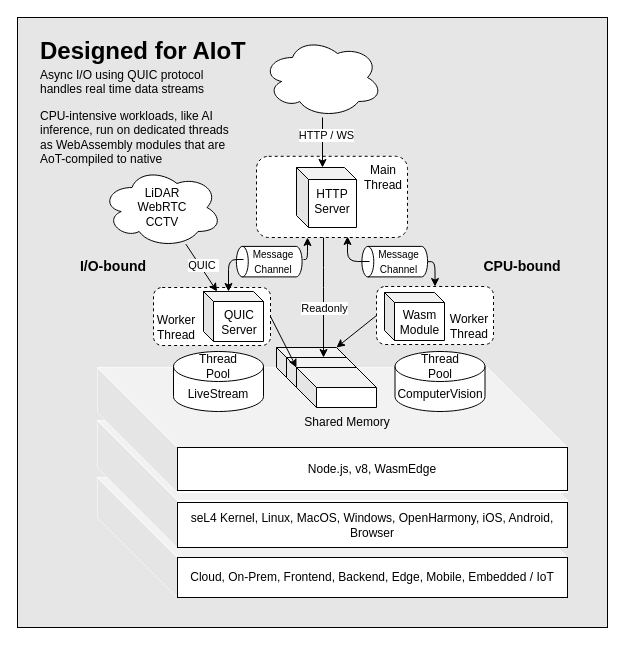
module-federation/aegis-host keeps this draw.io diagram as page "AIOT" (2 of 7) of public/arch.drawio. Above is the earlier version. Source tidied: cells renumbered, new cells numbered last; positions are measured from the earlier drawing's top-left corner, leaving out a move shared by most shapes. Both pictures are drawn from the tidied source at 100%, with x=0, y=0 at pixel (17, 17).
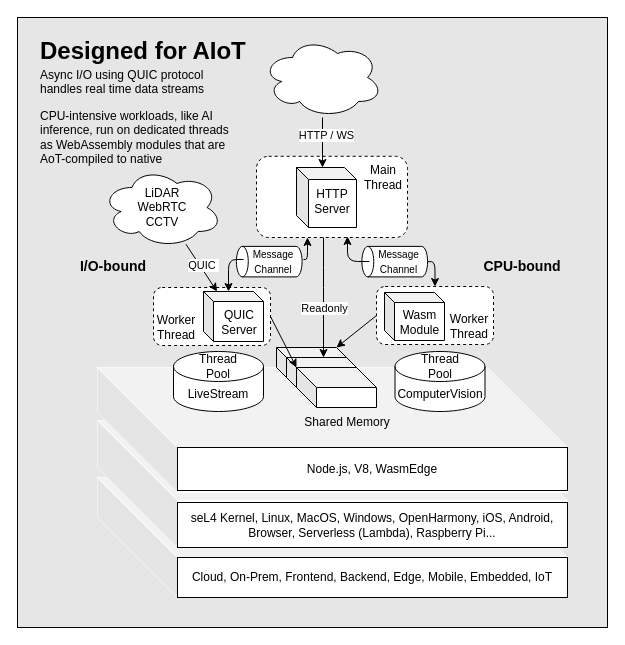
After the change.

The edit, as a diff of the source:
```diff
@@
-    <mxCell id="40" value="Node.js, v8, WasmEdge" style="whiteSpace=wrap;html=1;" parent="1" vertex="1">
+    <mxCell id="40" value="Node.js, V8, WasmEdge" style="whiteSpace=wrap;html=1;" parent="1" vertex="1">
       <mxGeometry x="160" y="430" width="390" height="43" as="geometry" />
     </mxCell>
@@
-    <mxCell id="42" value="seL4 Kernel, Linux, MacOS, Windows, OpenHarmony, iOS, Android, Browser" style="whiteSpace=wrap;html=1;" parent="1" vertex="1">
+    <mxCell id="42" value="seL4 Kernel, Linux, MacOS, Windows, OpenHarmony, iOS, Android, Browser, Serverless (Lambda), Raspberry Pi..." style="whiteSpace=wrap;html=1;" parent="1" vertex="1">
       <mxGeometry x="160" y="485" width="390" height="45" as="geometry" />
     </mxCell>
-    <mxCell id="43" value="Cloud, On-Prem, Frontend, Backend, Edge, Mobile, Embedded / IoT" style="whiteSpace=wrap;html=1;" parent="1" vertex="1">
+    <mxCell id="43" value="Cloud, On-Prem, Frontend, Backend, Edge, Mobile, Embedded, IoT" style="whiteSpace=wrap;html=1;" parent="1" vertex="1">
       <mxGeometry x="160" y="540" width="390" height="40" as="geometry" />
     </mxCell>
```
